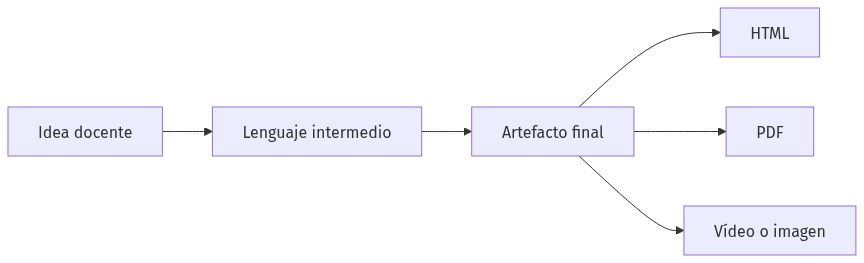
Before: book/_static/generated/diagrams_pdf/es/01_tutorial_05_filosofia_codigo_docente_01.png, a diagram exported from Mermaid (elloza/teachbook_sciences_template). Its source is kept beside it as diagram_sources/es/01_tutorial_05_filosofia_codigo_docente_01.mermaid. Source of this version:
```mermaid
%%{init: {"htmlLabels": false, "flowchart": {"htmlLabels": false}}}%%
flowchart LR
    A[Idea docente] --> B[Lenguaje intermedio]
    B --> C[Artefacto final]
    C --> D[HTML]
    C --> E[PDF]
    C --> F[Vídeo o imagen]
```
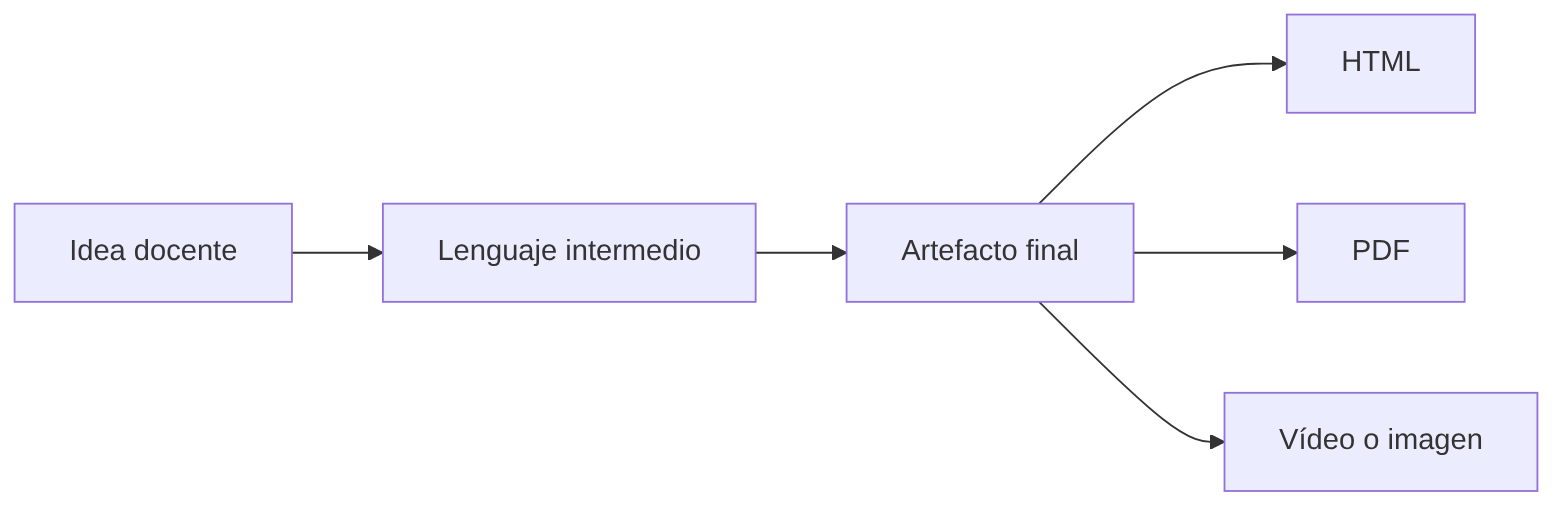
After the commit.

Diff of the diagram source:
```diff
@@ -1,4 +1,3 @@
-%%{init: {"htmlLabels": false, "flowchart": {"htmlLabels": false}}}%%
 flowchart LR
     A[Idea docente] --> B[Lenguaje intermedio]
     B --> C[Artefacto final]
```
